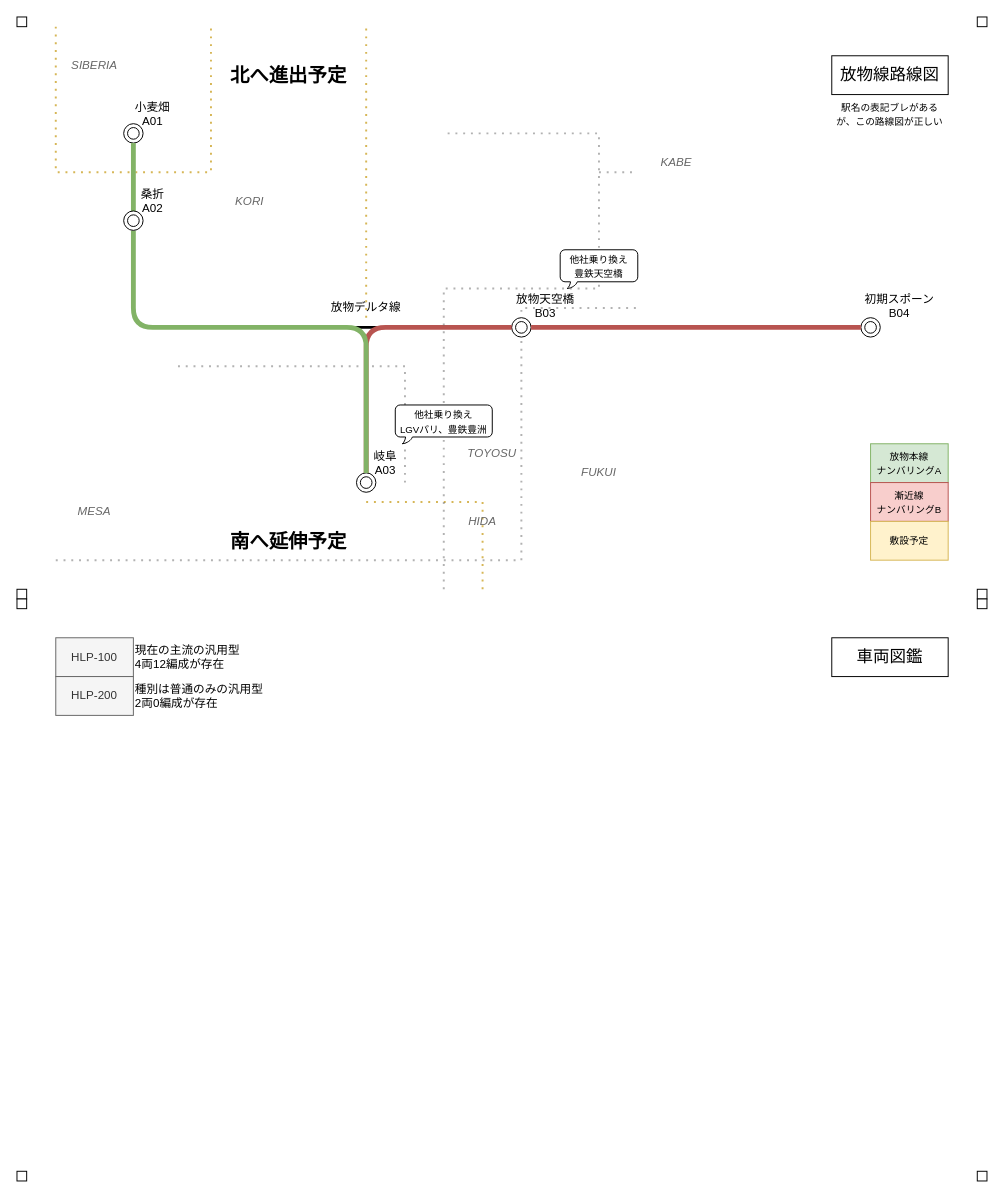
Earlier version of the draw.io diagram バリン鯖放物線.drawio (chainsawsteel1/drawio-files). Source tidied: cells renumbered, new cells numbered last; positions are measured from the earlier drawing's top-left corner, leaving out a move shared by most shapes. Both pictures are drawn from the tidied source at 97%, with x=0, y=0 at pixel (16, 16).
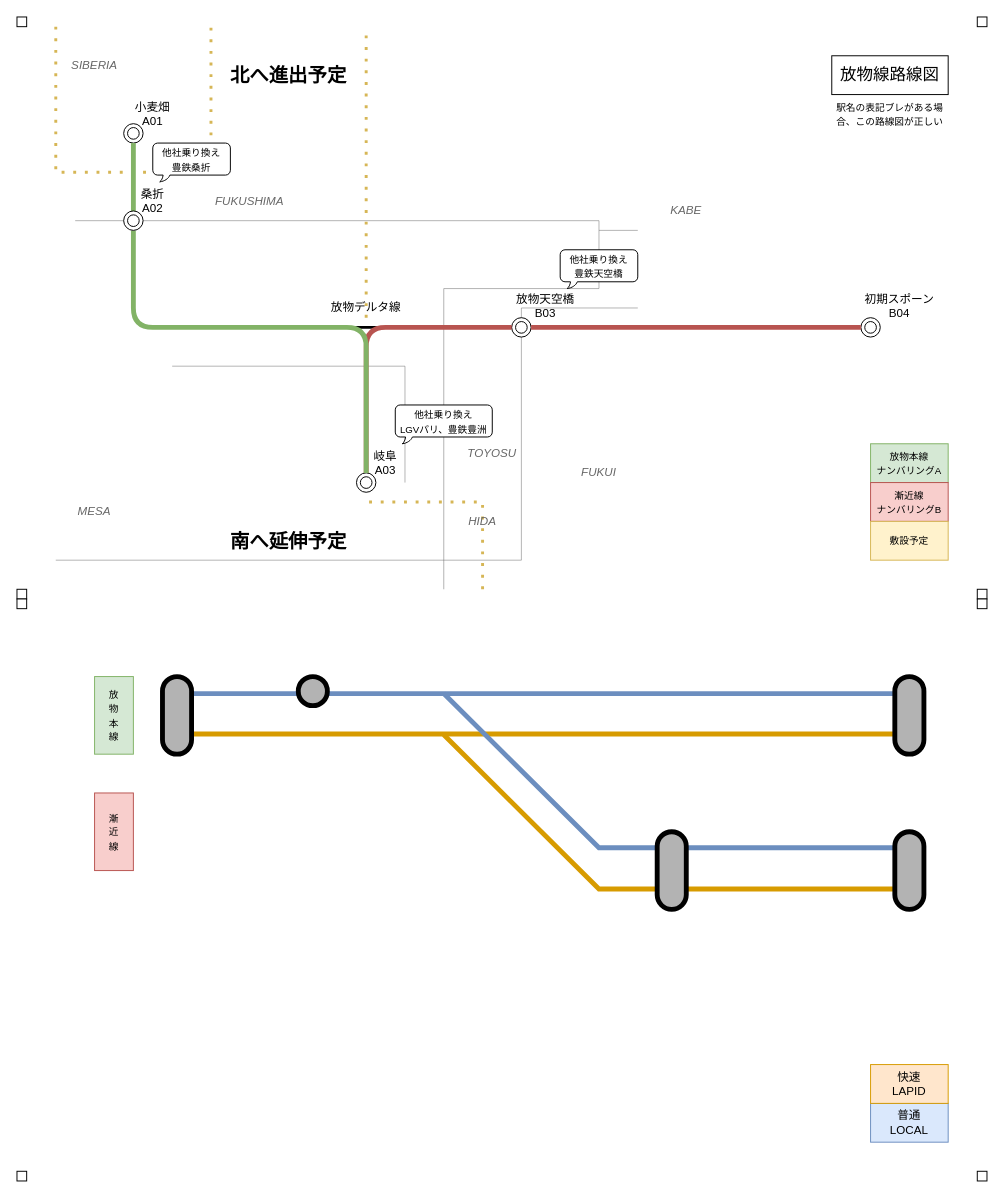
The same page after the edit.

Commit message:
バリン鯖放物線.drawio を更新します

What changed in the source:
```diff
@@
+    <mxCell id="34" style="endArrow=none;html=1;strokeWidth=1;rounded=0;fillColor=#f5f5f5;strokeColor=#666666;opacity=50;" parent="1" edge="1">
+      <mxGeometry relative="1" as="geometry">
+        <mxPoint x="440" y="590" as="sourcePoint" />
+        <mxPoint x="60" y="210" as="targetPoint" />
+        <Array as="points">
+          <mxPoint x="440" y="280" />
+          <mxPoint x="600" y="280" />
+          <mxPoint x="600" y="210" />
+        </Array>
+      </mxGeometry>
+    </mxCell>
-    <mxCell id="2" style="endArrow=none;dashed=1;html=1;dashPattern=1 3;strokeWidth=2;rounded=0;fillColor=#f5f5f5;strokeColor=#666666;opacity=50;" parent="1" edge="1">
+    <mxCell id="2" style="endArrow=none;html=1;strokeWidth=1;rounded=0;fillColor=#f5f5f5;strokeColor=#666666;opacity=50;" parent="1" edge="1">
       <mxGeometry relative="1" as="geometry">
         <mxPoint x="400" y="480" as="sourcePoint" />
         <mxPoint x="160" y="360" as="targetPoint" />
         <Array as="points">
           <mxPoint x="400" y="360" />
         </Array>
       </mxGeometry>
     </mxCell>
-    <mxCell id="3" style="endArrow=none;dashed=1;html=1;dashPattern=1 3;strokeWidth=2;rounded=0;fillColor=#f5f5f5;strokeColor=#666666;opacity=50;" parent="1" edge="1">
+    <mxCell id="3" style="endArrow=none;html=1;strokeWidth=1;rounded=0;fillColor=#f5f5f5;strokeColor=#666666;opacity=50;" parent="1" edge="1">
       <mxGeometry relative="1" as="geometry">
         <mxPoint x="40" y="560" as="sourcePoint" />
         <mxPoint x="640" y="300" as="targetPoint" />
         <Array as="points">
           <mxPoint x="520" y="560" />
           <mxPoint x="520" y="300" />
         </Array>
       </mxGeometry>
     </mxCell>
@@
-    <mxCell id="20" style="endArrow=none;dashed=1;html=1;dashPattern=1 3;strokeWidth=2;rounded=0;fillColor=#fff2cc;strokeColor=#d6b656;" parent="1" edge="1">
+    <mxCell id="20" style="endArrow=none;dashed=1;html=1;dashPattern=1 3;strokeWidth=3;rounded=0;fillColor=#fff2cc;strokeColor=#d6b656;" parent="1" edge="1">
       <mxGeometry relative="1" as="geometry">
         <mxPoint x="360" y="310" as="sourcePoint" />
         <mxPoint x="360" y="10" as="targetPoint" />
       </mxGeometry>
     </mxCell>
-    <mxCell id="21" style="endArrow=none;dashed=1;html=1;dashPattern=1 3;strokeWidth=2;rounded=0;fillColor=#fff2cc;strokeColor=#d6b656;" parent="1" edge="1">
+    <mxCell id="21" style="endArrow=none;dashed=1;html=1;dashPattern=1 3;strokeWidth=3;rounded=0;fillColor=#fff2cc;strokeColor=#d6b656;" parent="1" edge="1">
       <mxGeometry relative="1" as="geometry">
         <mxPoint x="480" y="590" as="sourcePoint" />
         <mxPoint x="360" y="500" as="targetPoint" />
         <Array as="points">
           <mxPoint x="480" y="500" />
         </Array>
       </mxGeometry>
     </mxCell>
-    <mxCell id="22" style="endArrow=none;dashed=1;html=1;dashPattern=1 3;strokeWidth=2;rounded=0;fillColor=#fff2cc;strokeColor=#d6b656;" parent="1" edge="1">
+    <mxCell id="22" style="endArrow=none;dashed=1;html=1;dashPattern=1 3;strokeWidth=3;rounded=0;fillColor=#fff2cc;strokeColor=#d6b656;" parent="1" edge="1">
       <mxGeometry relative="1" as="geometry">
         <mxPoint x="40" y="10" as="sourcePoint" />
         <mxPoint x="200" y="10" as="targetPoint" />
         <Array as="points">
           <mxPoint x="40" y="160" />
           <mxPoint x="200" y="160" />
         </Array>
       </mxGeometry>
     </mxCell>
@@
-    <mxCell id="32" value="&lt;font style=&quot;font-size: 10px;&quot;&gt;駅名の表記ブレがあるが、この路線図が正しい&lt;/font&gt;" style="text;html=1;align=center;verticalAlign=middle;whiteSpace=wrap;rounded=0;" parent="1" vertex="1">
+    <mxCell id="32" value="&lt;font style=&quot;font-size: 10px;&quot;&gt;駅名の表記ブレがある場合、この路線図が正しい&lt;/font&gt;" style="text;html=1;align=center;verticalAlign=middle;whiteSpace=wrap;rounded=0;" parent="1" vertex="1">
       <mxGeometry x="840" y="80" width="120" height="40" as="geometry" />
     </mxCell>
@@
-    <mxCell id="34" style="endArrow=none;dashed=1;html=1;dashPattern=1 3;strokeWidth=2;rounded=0;fillColor=#f5f5f5;strokeColor=#666666;opacity=50;" parent="1" edge="1">
-      <mxGeometry relative="1" as="geometry">
-        <mxPoint x="440" y="590" as="sourcePoint" />
-        <mxPoint x="440" y="120" as="targetPoint" />
-        <Array as="points">
-          <mxPoint x="440" y="280" />
-          <mxPoint x="600" y="280" />
-          <mxPoint x="600" y="120" />
-        </Array>
-      </mxGeometry>
-    </mxCell>
@@
-    <mxCell id="37" style="endArrow=none;dashed=1;html=1;dashPattern=1 3;strokeWidth=2;rounded=0;fillColor=#f5f5f5;strokeColor=#666666;opacity=50;" parent="1" edge="1">
+    <mxCell id="37" style="endArrow=none;html=1;strokeWidth=1;rounded=0;fillColor=#f5f5f5;strokeColor=#666666;opacity=50;" parent="1" edge="1">
       <mxGeometry relative="1" as="geometry">
-        <mxPoint x="600" y="160" as="sourcePoint" />
-        <mxPoint x="640" y="160" as="targetPoint" />
+        <mxPoint x="600" y="220" as="sourcePoint" />
+        <mxPoint x="640" y="220" as="targetPoint" />
       </mxGeometry>
     </mxCell>
@@
     <mxCell id="41" value="&lt;font color=&quot;#666666&quot;&gt;&lt;i&gt;KABE&lt;/i&gt;&lt;/font&gt;" style="text;html=1;align=center;verticalAlign=middle;whiteSpace=wrap;rounded=0;" parent="1" vertex="1">
-      <mxGeometry x="640" y="140" width="80" height="20" as="geometry" />
+      <mxGeometry x="650" y="190" width="80" height="20" as="geometry" />
     </mxCell>
-    <mxCell id="42" value="&lt;font color=&quot;#666666&quot;&gt;&lt;i&gt;KORI&lt;/i&gt;&lt;/font&gt;" style="text;html=1;align=center;verticalAlign=middle;whiteSpace=wrap;rounded=0;" parent="1" vertex="1">
+    <mxCell id="42" value="&lt;font color=&quot;#666666&quot;&gt;&lt;i&gt;FUKUSHIMA&lt;/i&gt;&lt;/font&gt;" style="text;html=1;align=center;verticalAlign=middle;whiteSpace=wrap;rounded=0;" parent="1" vertex="1">
       <mxGeometry x="200" y="180" width="80" height="20" as="geometry" />
     </mxCell>
@@
-    <mxCell id="45" style="rounded=0;whiteSpace=wrap;html=1;" parent="1" vertex="1">
-      <mxGeometry x="990" y="600" width="10" height="10" as="geometry" />
-    </mxCell>
+    <mxCell id="54" value="&lt;div&gt;&lt;font size=&quot;1&quot;&gt;他社&lt;/font&gt;&lt;font size=&quot;1&quot;&gt;乗&lt;/font&gt;&lt;font size=&quot;1&quot;&gt;り換え&lt;/font&gt;&lt;/div&gt;&lt;div&gt;&lt;font size=&quot;1&quot;&gt;豊鉄桑折&lt;/font&gt;&lt;/div&gt;" style="whiteSpace=wrap;html=1;shape=mxgraph.basic.roundRectCallout;dx=14.17;dy=7;size=5;boundedLbl=1;" parent="1" vertex="1">
+      <mxGeometry x="140" y="130" width="80" height="40" as="geometry" />
+    </mxCell>
@@
-    <mxCell id="49" value="&lt;font style=&quot;font-size: 17px;&quot;&gt;車両図鑑&lt;/font&gt;" style="rounded=0;whiteSpace=wrap;html=1;" parent="1" vertex="1">
-      <mxGeometry x="840" y="640" width="120" height="40" as="geometry" />
-    </mxCell>
-    <mxCell id="50" value="HLP-100" style="text;html=1;align=center;verticalAlign=middle;whiteSpace=wrap;rounded=0;fillColor=#f5f5f5;fontColor=#333333;strokeColor=#666666;" parent="1" vertex="1">
-      <mxGeometry x="40" y="640" width="80" height="40" as="geometry" />
-    </mxCell>
-    <mxCell id="51" value="&lt;div align=&quot;left&quot;&gt;現在の主流の汎用型&lt;/div&gt;&lt;div align=&quot;left&quot;&gt;4両12編成が存在&lt;br&gt;&lt;/div&gt;" style="text;html=1;align=left;verticalAlign=middle;whiteSpace=wrap;rounded=0;" parent="1" vertex="1">
-      <mxGeometry x="120" y="640" width="200" height="40" as="geometry" />
-    </mxCell>
-    <mxCell id="52" value="HLP-200" style="text;html=1;align=center;verticalAlign=middle;whiteSpace=wrap;rounded=0;fillColor=#f5f5f5;fontColor=#333333;strokeColor=#666666;" parent="1" vertex="1">
-      <mxGeometry x="40" y="680" width="80" height="40" as="geometry" />
-    </mxCell>
-    <mxCell id="53" value="&lt;div align=&quot;left&quot;&gt;種別は普通のみの汎用型&lt;br&gt;&lt;/div&gt;&lt;div align=&quot;left&quot;&gt;2両0編成が存在&lt;br&gt;&lt;/div&gt;" style="text;html=1;align=left;verticalAlign=middle;whiteSpace=wrap;rounded=0;" parent="1" vertex="1">
-      <mxGeometry x="120" y="680" width="200" height="40" as="geometry" />
-    </mxCell>
+    <mxCell id="45" style="rounded=0;whiteSpace=wrap;html=1;" parent="1" vertex="1">
+      <mxGeometry x="990" y="600" width="10" height="10" as="geometry" />
+    </mxCell>
+    <mxCell id="55" value="&lt;div&gt;普通&lt;/div&gt;&lt;div&gt;LOCAL&lt;br&gt;&lt;/div&gt;" style="text;html=1;align=center;verticalAlign=middle;whiteSpace=wrap;rounded=0;fillColor=#dae8fc;strokeColor=#6c8ebf;" parent="1" vertex="1">
+      <mxGeometry x="880" y="1120" width="80" height="40" as="geometry" />
+    </mxCell>
+    <mxCell id="56" value="&lt;div&gt;快速&lt;/div&gt;&lt;div&gt;LAPID&lt;br&gt;&lt;/div&gt;" style="text;html=1;align=center;verticalAlign=middle;whiteSpace=wrap;rounded=0;fillColor=#ffe6cc;strokeColor=#d79b00;" parent="1" vertex="1">
+      <mxGeometry x="880" y="1080" width="80" height="40" as="geometry" />
+    </mxCell>
+    <mxCell id="57" style="endArrow=none;html=1;rounded=0;fillColor=#dae8fc;strokeColor=#6c8ebf;strokeWidth=5;" parent="1" edge="1">
+      <mxGeometry relative="1" as="geometry">
+        <mxPoint x="160" y="697.5" as="sourcePoint" />
+        <mxPoint x="920" y="697.5" as="targetPoint" />
+      </mxGeometry>
+    </mxCell>
+    <mxCell id="58" style="endArrow=none;html=1;rounded=0;fillColor=#ffe6cc;strokeColor=#d79b00;strokeWidth=5;" parent="1" edge="1">
+      <mxGeometry relative="1" as="geometry">
+        <mxPoint x="160" y="739.2" as="sourcePoint" />
+        <mxPoint x="920" y="739.2" as="targetPoint" />
+      </mxGeometry>
+    </mxCell>
+    <mxCell id="59" value="&lt;div&gt;&lt;font style=&quot;font-size: 10px;&quot;&gt;放&lt;/font&gt;&lt;/div&gt;&lt;div&gt;&lt;font style=&quot;font-size: 10px;&quot;&gt;物&lt;/font&gt;&lt;/div&gt;&lt;div&gt;&lt;font style=&quot;font-size: 10px;&quot;&gt;本&lt;/font&gt;&lt;/div&gt;&lt;div&gt;&lt;font style=&quot;font-size: 10px;&quot;&gt;線&lt;/font&gt;&lt;/div&gt;" style="text;html=1;align=center;verticalAlign=middle;whiteSpace=wrap;rounded=0;fillColor=#d5e8d4;strokeColor=#82b366;" parent="1" vertex="1">
+      <mxGeometry x="80" y="680" width="40" height="80" as="geometry" />
+    </mxCell>
+    <mxCell id="60" value="&lt;div&gt;&lt;font style=&quot;font-size: 10px;&quot;&gt;漸&lt;/font&gt;&lt;/div&gt;&lt;div&gt;&lt;font style=&quot;font-size: 10px;&quot;&gt;近&lt;/font&gt;&lt;/div&gt;&lt;div&gt;&lt;font style=&quot;font-size: 10px;&quot;&gt;線&lt;/font&gt;&lt;/div&gt;" style="text;html=1;align=center;verticalAlign=middle;whiteSpace=wrap;rounded=0;fillColor=#f8cecc;strokeColor=#b85450;" parent="1" vertex="1">
+      <mxGeometry x="80" y="800" width="40" height="80" as="geometry" />
+    </mxCell>
+    <mxCell id="61" style="endArrow=none;html=1;rounded=0;fillColor=#dae8fc;strokeColor=#6c8ebf;strokeWidth=5;" parent="1" edge="1">
+      <mxGeometry relative="1" as="geometry">
+        <mxPoint x="440" y="697.5" as="sourcePoint" />
+        <mxPoint x="920" y="856.5" as="targetPoint" />
+        <Array as="points">
+          <mxPoint x="600" y="856.5" />
+        </Array>
+      </mxGeometry>
+    </mxCell>
+    <mxCell id="62" style="endArrow=none;html=1;rounded=0;fillColor=#ffe6cc;strokeColor=#d79b00;strokeWidth=5;" parent="1" edge="1">
+      <mxGeometry relative="1" as="geometry">
+        <mxPoint x="440" y="740" as="sourcePoint" />
+        <mxPoint x="920" y="899" as="targetPoint" />
+        <Array as="points">
+          <mxPoint x="600" y="899" />
+        </Array>
+      </mxGeometry>
+    </mxCell>
+    <mxCell id="63" style="rounded=1;whiteSpace=wrap;html=1;fillColor=#B3B3B3;arcSize=50;strokeWidth=5;" parent="1" vertex="1">
+      <mxGeometry x="905" y="680" width="30" height="80" as="geometry" />
+    </mxCell>
+    <mxCell id="64" style="rounded=1;whiteSpace=wrap;html=1;fillColor=#B3B3B3;arcSize=50;strokeWidth=5;" parent="1" vertex="1">
+      <mxGeometry x="905" y="840" width="30" height="80" as="geometry" />
+    </mxCell>
+    <mxCell id="65" style="rounded=1;whiteSpace=wrap;html=1;fillColor=#B3B3B3;arcSize=50;strokeWidth=5;" parent="1" vertex="1">
+      <mxGeometry x="150" y="680" width="30" height="80" as="geometry" />
+    </mxCell>
+    <mxCell id="66" style="rounded=1;whiteSpace=wrap;html=1;fillColor=#B3B3B3;arcSize=50;strokeWidth=5;" parent="1" vertex="1">
+      <mxGeometry x="660" y="840" width="30" height="80" as="geometry" />
+    </mxCell>
+    <mxCell id="67" style="rounded=1;whiteSpace=wrap;html=1;fillColor=#B3B3B3;arcSize=50;strokeWidth=5;" parent="1" vertex="1">
+      <mxGeometry x="290" y="680" width="30" height="30" as="geometry" />
+    </mxCell>
```
